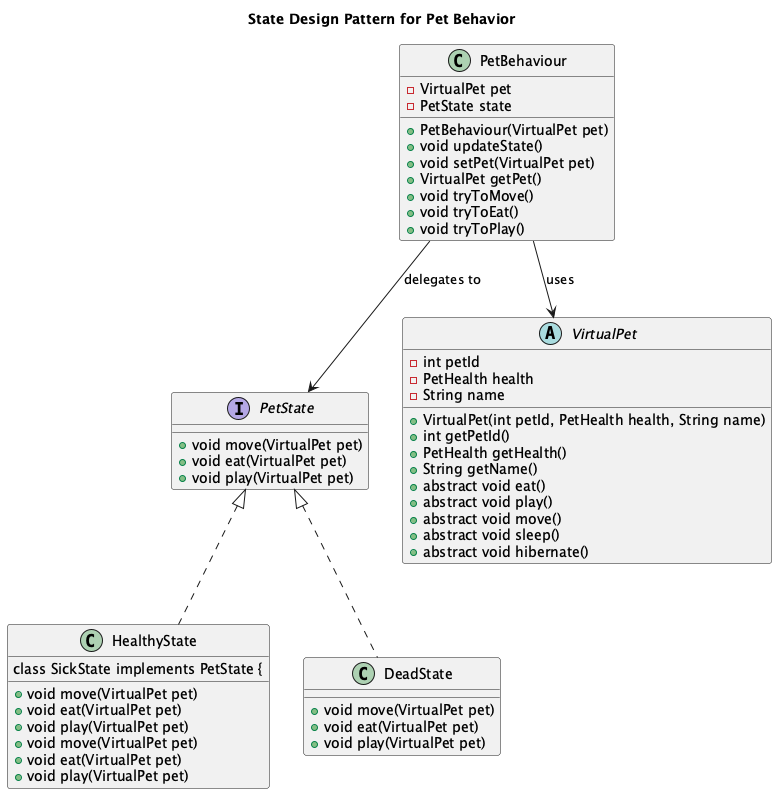
Above: images/StatePatternPetBehaviour.png in emma-horton/FitnessFriendsSpringBoot (PlantUML), before the change. Its diagram source:
```plantuml
@startuml
title State Design Pattern for Pet Behavior

class PetBehaviour {
    - VirtualPet pet
    - PetState state
    + PetBehaviour(VirtualPet pet)
    + void updateState()
    + void setPet(VirtualPet pet)
    + VirtualPet getPet()
    + void tryToMove()
    + void tryToEat()
    + void tryToPlay()
}

interface PetState {
    + void move(VirtualPet pet)
    + void eat(VirtualPet pet)
    + void play(VirtualPet pet)
}

class HealthyState implements PetState {
    + void move(VirtualPet pet)
    + void eat(VirtualPet pet)
    + void play(VirtualPet pet)

class SickState implements PetState {
    + void move(VirtualPet pet)
    + void eat(VirtualPet pet)
    + void play(VirtualPet pet)
}

class DeadState implements PetState {
    + void move(VirtualPet pet)
    + void eat(VirtualPet pet)
    + void play(VirtualPet pet)
}

abstract class VirtualPet {
    - int petId
    - PetHealth health
    - String name
    + VirtualPet(int petId, PetHealth health, String name)
    + int getPetId()
    + PetHealth getHealth()
    + String getName()
    + abstract void eat()
    + abstract void play()
    + abstract void move()
    + abstract void sleep()
    + abstract void hibernate()
}



PetBehaviour --> PetState : delegates to
PetBehaviour --> VirtualPet : uses

@enduml
```
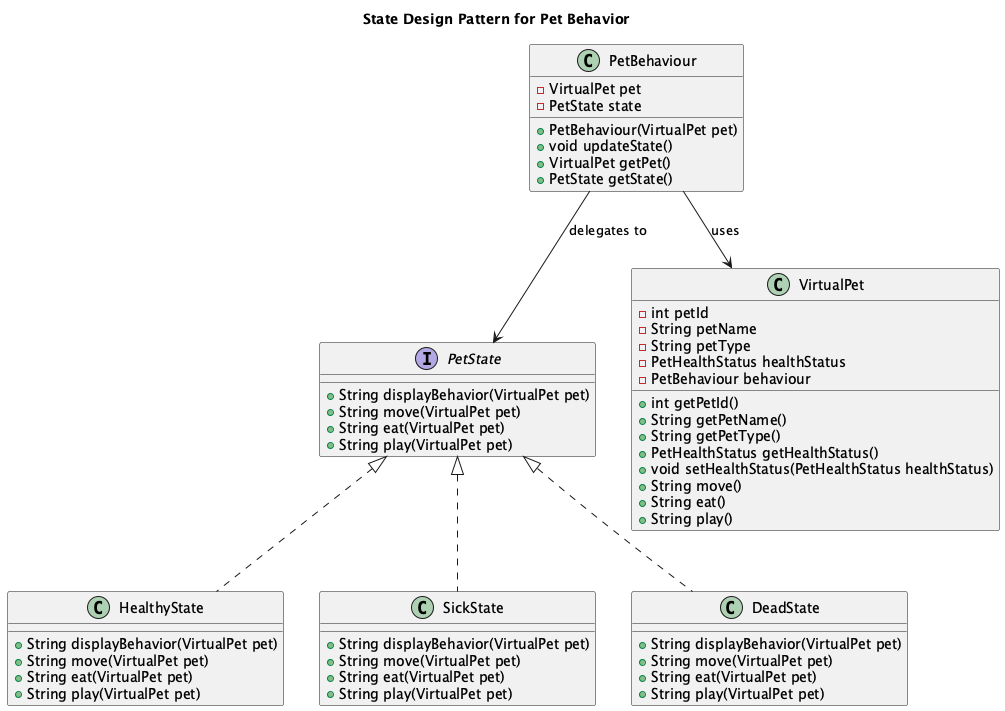
After the commit.

Commit message:
update StatePatternPetBehaviour for new codebase

What changed in the source:
```diff
@@ -6,51 +6,53 @@
     - PetState state
     + PetBehaviour(VirtualPet pet)
     + void updateState()
-    + void setPet(VirtualPet pet)
     + VirtualPet getPet()
-    + void tryToMove()
-    + void tryToEat()
-    + void tryToPlay()
+    + PetState getState()
 }
 
 interface PetState {
-    + void move(VirtualPet pet)
-    + void eat(VirtualPet pet)
-    + void play(VirtualPet pet)
+    + String displayBehavior(VirtualPet pet)
+    + String move(VirtualPet pet)
+    + String eat(VirtualPet pet)
+    + String play(VirtualPet pet)
 }
 
 class HealthyState implements PetState {
-    + void move(VirtualPet pet)
-    + void eat(VirtualPet pet)
-    + void play(VirtualPet pet)
+    + String displayBehavior(VirtualPet pet)
+    + String move(VirtualPet pet)
+    + String eat(VirtualPet pet)
+    + String play(VirtualPet pet)
+}
 
 class SickState implements PetState {
-    + void move(VirtualPet pet)
-    + void eat(VirtualPet pet)
-    + void play(VirtualPet pet)
+    + String displayBehavior(VirtualPet pet)
+    + String move(VirtualPet pet)
+    + String eat(VirtualPet pet)
+    + String play(VirtualPet pet)
 }
 
 class DeadState implements PetState {
-    + void move(VirtualPet pet)
-    + void eat(VirtualPet pet)
-    + void play(VirtualPet pet)
+    + String displayBehavior(VirtualPet pet)
+    + String move(VirtualPet pet)
+    + String eat(VirtualPet pet)
+    + String play(VirtualPet pet)
 }
 
-abstract class VirtualPet {
+class VirtualPet {
     - int petId
-    - PetHealth health
-    - String name
-    + VirtualPet(int petId, PetHealth health, String name)
+    - String petName
+    - String petType
+    - PetHealthStatus healthStatus
+    - PetBehaviour behaviour
     + int getPetId()
-    + PetHealth getHealth()
-    + String getName()
-    + abstract void eat()
-    + abstract void play()
-    + abstract void move()
-    + abstract void sleep()
-    + abstract void hibernate()
+    + String getPetName()
+    + String getPetType()
+    + PetHealthStatus getHealthStatus()
+    + void setHealthStatus(PetHealthStatus healthStatus)
+    + String move()
+    + String eat()
+    + String play()
 }
-
 
 
 PetBehaviour --> PetState : delegates to
```
